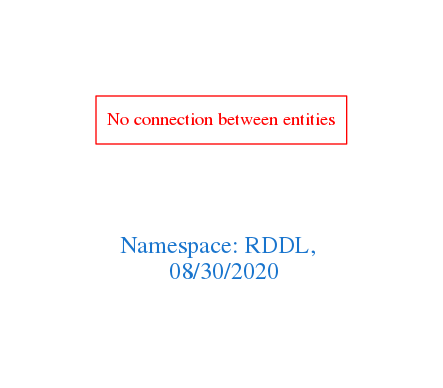
arago/OGIT keeps this Graphviz diagram as downloads/RDDL.png. Above is the earlier version. Its source is kept beside it as downloads/RDDL.dot.
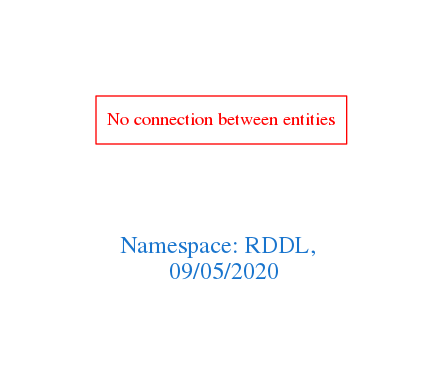
After the commit.

Diff of the diagram source:
```diff
@@ -1,7 +1,7 @@
 digraph OGIT_ontology {
  graph [ rankdir= LR,pad=1
 fontsize = 18,
-fontcolor= dodgerblue3,label = "\n\n\nNamespace: RDDL, \n 08/30/2020"];
+fontcolor= dodgerblue3,label = "\n\n\nNamespace: RDDL, \n 09/05/2020"];
 node[shape=polygon];
 edge [  color="gray81"];
 
```
